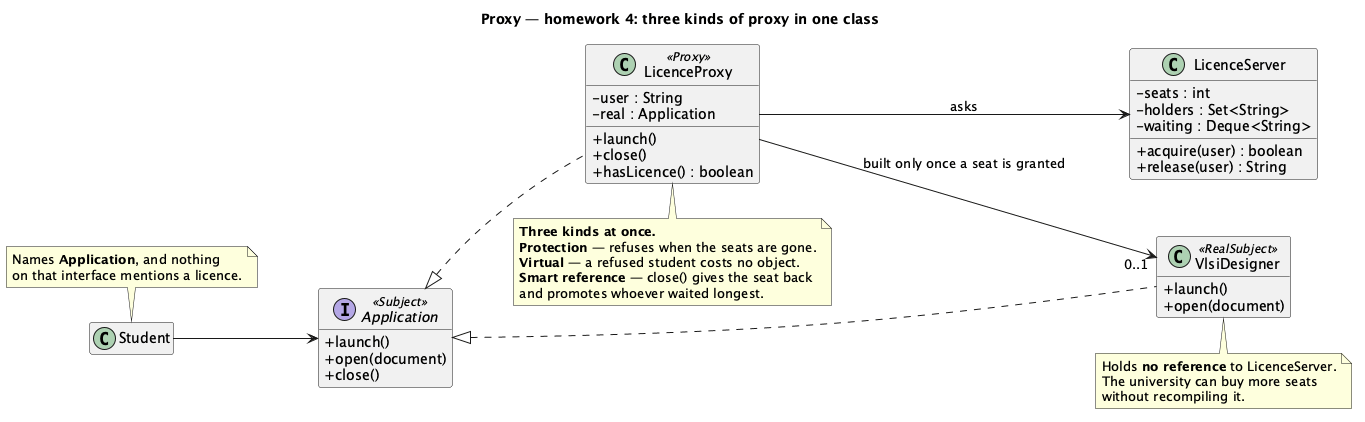
Earlier version of the PlantUML export src/main/java/dev/kaldiroglu/dp/structural/proxy/hw/licence/uml/Proxy - Licence (Homework) - Class Diagram.png (kaldiroglu/DesignPatternsWithJava). The source it was exported from:
```plantuml
@startuml "Proxy - Licence (Homework) - Class Diagram"
skinparam classAttributeIconSize 0
hide empty members
title Proxy — homework 4: three kinds of proxy in one class


left to right direction

interface Application <<Subject>> {
  + launch()
  + open(document)
  + close()
}

class LicenceProxy <<Proxy>> {
  - user : String
  - real : Application
  + launch()
  + close()
  + hasLicence() : boolean
}

class VlsiDesigner <<RealSubject>> {
  + launch()
  + open(document)
}

class LicenceServer {
  - seats : int
  - holders : Set<String>
  - waiting : Deque<String>
  + acquire(user) : boolean
  + release(user) : String
}

class Student

Application <|.. LicenceProxy
Application <|.. VlsiDesigner
Student --> Application
LicenceProxy --> "0..1" VlsiDesigner : "built only once a seat is granted"
LicenceProxy --> LicenceServer : "asks"

note bottom of LicenceProxy
  <b>Three kinds at once.</b>
  <b>Protection</b> — refuses when the seats are gone.
  <b>Virtual</b> — a refused student costs no object.
  <b>Smart reference</b> — close() gives the seat back
  and promotes whoever waited longest.
end note

note bottom of VlsiDesigner
  Holds <b>no reference</b> to LicenceServer.
  The university can buy more seats
  without recompiling it.
end note

note top of Student
  Names <b>Application</b>, and nothing
  on that interface mentions a licence.
end note

@enduml
```
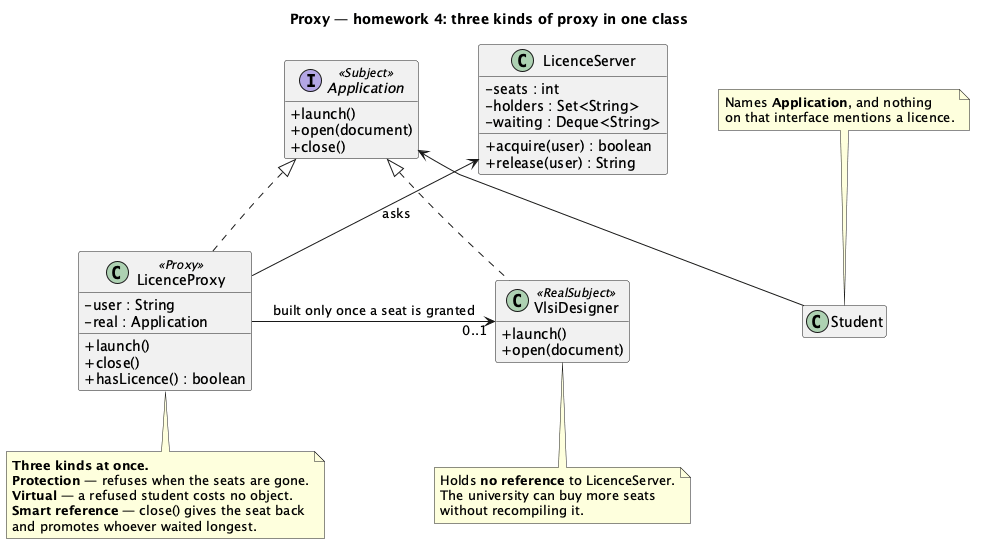
Above is the later version.

What changed in the source:
```diff
@@ -1,11 +1,9 @@
-@startuml "Proxy - Licence (Homework) - Class Diagram"
+@startuml
+skinparam linetype polyline
+skinparam nodesep 40
 skinparam classAttributeIconSize 0
 hide empty members
 title Proxy — homework 4: three kinds of proxy in one class
-
-
-left to right direction
-
 interface Application <<Subject>> {
   + launch()
   + open(document)
@@ -37,9 +35,6 @@
 
 Application <|.. LicenceProxy
 Application <|.. VlsiDesigner
-Student --> Application
-LicenceProxy --> "0..1" VlsiDesigner : "built only once a seat is granted"
-LicenceProxy --> LicenceServer : "asks"
 
 note bottom of LicenceProxy
   <b>Three kinds at once.</b>
@@ -60,4 +55,9 @@
   on that interface mentions a licence.
 end note
 
+Student -[norank]-> Application
+LicenceProxy -[norank]-> "0..1" VlsiDesigner : "built only once a seat is granted"
+LicenceProxy -[norank]-> LicenceServer : "asks"
+Application -[hidden]- LicenceProxy
+Application -[hidden]- VlsiDesigner
 @enduml
```
